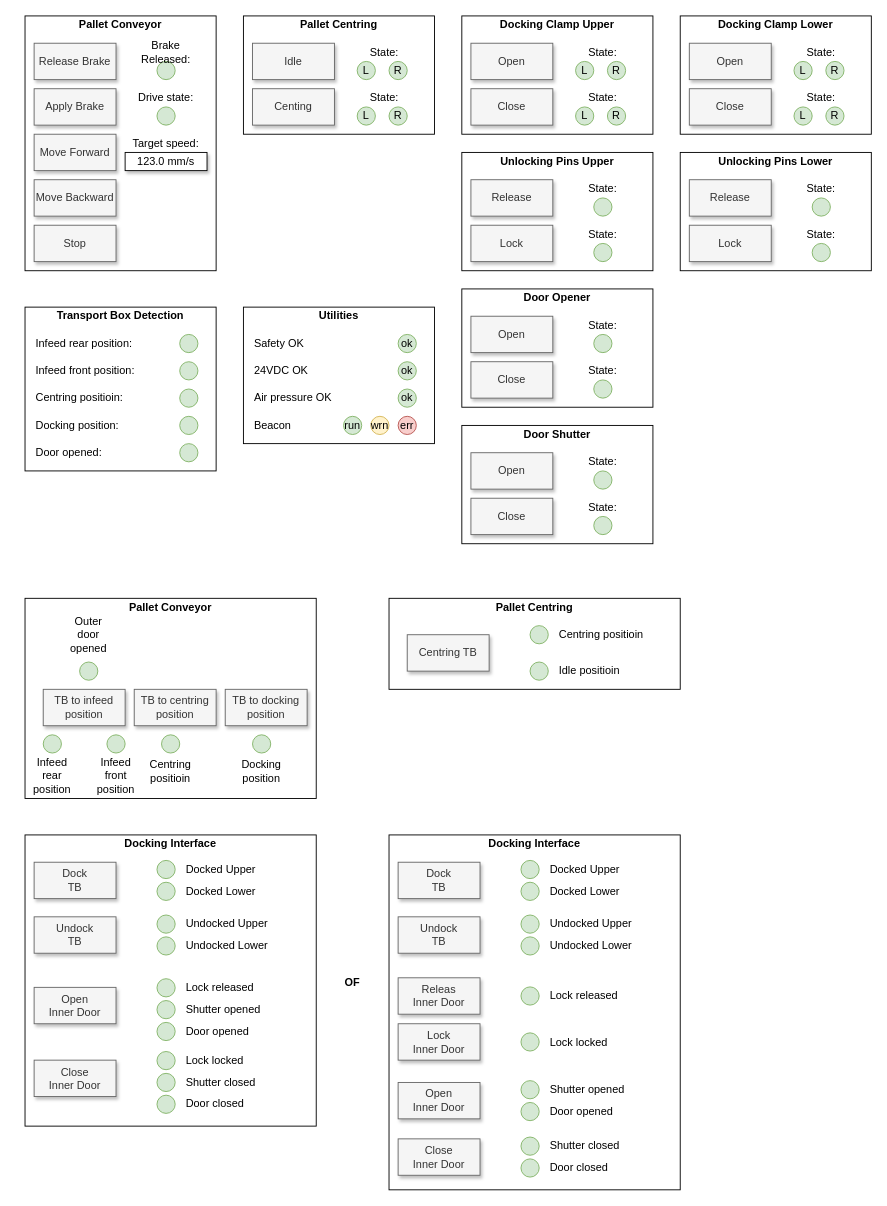
Earlier version of the draw.io diagram page "HMI maual control" (1 of 2) of Documentation/DDR plaatjes HMI.drawio (KMWE/KMWE_CleanroomConnect). Source tidied: cells renumbered, new cells numbered last; positions are measured from the earlier drawing's top-left corner, leaving out a move shared by most shapes. Both pictures are drawn from the tidied source at 91%, with x=0, y=0 at pixel (15, 15).
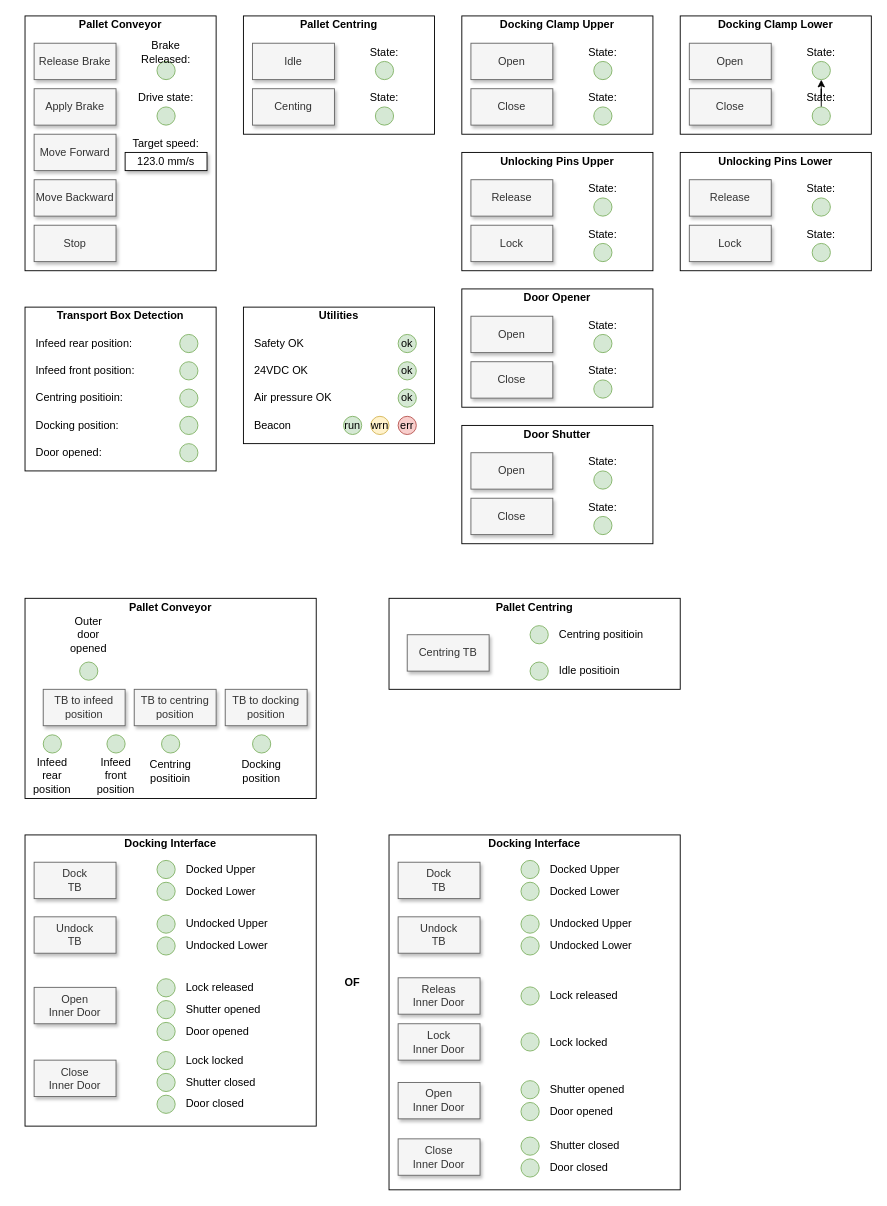
After the change.

Change to the diagram source:
```diff
@@
-    <mxCell id="28" value="L" style="ellipse;whiteSpace=wrap;html=1;fillColor=#d5e8d4;strokeColor=#82b366;" parent="1" vertex="1">
-      <mxGeometry x="375" y="50" width="20" height="20" as="geometry" />
-    </mxCell>
@@
-    <mxCell id="30" value="R" style="ellipse;whiteSpace=wrap;html=1;fillColor=#d5e8d4;strokeColor=#82b366;" parent="1" vertex="1">
-      <mxGeometry x="410" y="50" width="20" height="20" as="geometry" />
+    <mxCell id="30" style="ellipse;whiteSpace=wrap;html=1;fillColor=#d5e8d4;strokeColor=#82b366;" parent="1" vertex="1">
+      <mxGeometry x="395" y="50" width="20" height="20" as="geometry" />
     </mxCell>
-    <mxCell id="31" value="L" style="ellipse;whiteSpace=wrap;html=1;fillColor=#d5e8d4;strokeColor=#82b366;" parent="1" vertex="1">
-      <mxGeometry x="375" y="100" width="20" height="20" as="geometry" />
-    </mxCell>
@@
-    <mxCell id="33" value="R" style="ellipse;whiteSpace=wrap;html=1;fillColor=#d5e8d4;strokeColor=#82b366;" parent="1" vertex="1">
-      <mxGeometry x="410" y="100" width="20" height="20" as="geometry" />
+    <mxCell id="33" style="ellipse;whiteSpace=wrap;html=1;fillColor=#d5e8d4;strokeColor=#82b366;" parent="1" vertex="1">
+      <mxGeometry x="395" y="100" width="20" height="20" as="geometry" />
     </mxCell>
@@
-    <mxCell id="38" value="L" style="ellipse;whiteSpace=wrap;html=1;fillColor=#d5e8d4;strokeColor=#82b366;" parent="1" vertex="1">
-      <mxGeometry x="615" y="50" width="20" height="20" as="geometry" />
-    </mxCell>
@@
-    <mxCell id="40" value="R" style="ellipse;whiteSpace=wrap;html=1;fillColor=#d5e8d4;strokeColor=#82b366;" parent="1" vertex="1">
-      <mxGeometry x="650" y="50" width="20" height="20" as="geometry" />
+    <mxCell id="40" style="ellipse;whiteSpace=wrap;html=1;fillColor=#d5e8d4;strokeColor=#82b366;" parent="1" vertex="1">
+      <mxGeometry x="635" y="50" width="20" height="20" as="geometry" />
     </mxCell>
-    <mxCell id="41" value="L" style="ellipse;whiteSpace=wrap;html=1;fillColor=#d5e8d4;strokeColor=#82b366;" parent="1" vertex="1">
-      <mxGeometry x="615" y="100" width="20" height="20" as="geometry" />
-    </mxCell>
@@
-    <mxCell id="43" value="R" style="ellipse;whiteSpace=wrap;html=1;fillColor=#d5e8d4;strokeColor=#82b366;" parent="1" vertex="1">
-      <mxGeometry x="650" y="100" width="20" height="20" as="geometry" />
+    <mxCell id="43" style="ellipse;whiteSpace=wrap;html=1;fillColor=#d5e8d4;strokeColor=#82b366;" parent="1" vertex="1">
+      <mxGeometry x="635" y="100" width="20" height="20" as="geometry" />
     </mxCell>
@@
-    <mxCell id="72" value="L" style="ellipse;whiteSpace=wrap;html=1;fillColor=#d5e8d4;strokeColor=#82b366;" parent="1" vertex="1">
-      <mxGeometry x="855" y="50" width="20" height="20" as="geometry" />
-    </mxCell>
@@
-    <mxCell id="74" value="R" style="ellipse;whiteSpace=wrap;html=1;fillColor=#d5e8d4;strokeColor=#82b366;" parent="1" vertex="1">
-      <mxGeometry x="890" y="50" width="20" height="20" as="geometry" />
+    <mxCell id="74" style="ellipse;whiteSpace=wrap;html=1;fillColor=#d5e8d4;strokeColor=#82b366;" parent="1" vertex="1">
+      <mxGeometry x="875" y="50" width="20" height="20" as="geometry" />
     </mxCell>
-    <mxCell id="75" value="L" style="ellipse;whiteSpace=wrap;html=1;fillColor=#d5e8d4;strokeColor=#82b366;" parent="1" vertex="1">
-      <mxGeometry x="855" y="100" width="20" height="20" as="geometry" />
-    </mxCell>
@@
+    <mxCell id="178" style="edgeStyle=orthogonalEdgeStyle;rounded=0;jettySize=auto;html=1;" parent="1" edge="1" source="77" target="74">
+      <mxGeometry relative="1" as="geometry" />
+    </mxCell>
-    <mxCell id="77" value="R" style="ellipse;whiteSpace=wrap;html=1;fillColor=#d5e8d4;strokeColor=#82b366;" parent="1" vertex="1">
-      <mxGeometry x="890" y="100" width="20" height="20" as="geometry" />
+    <mxCell id="77" style="ellipse;whiteSpace=wrap;html=1;fillColor=#d5e8d4;strokeColor=#82b366;" parent="1" vertex="1">
+      <mxGeometry x="875" y="100" width="20" height="20" as="geometry" />
     </mxCell>
```
